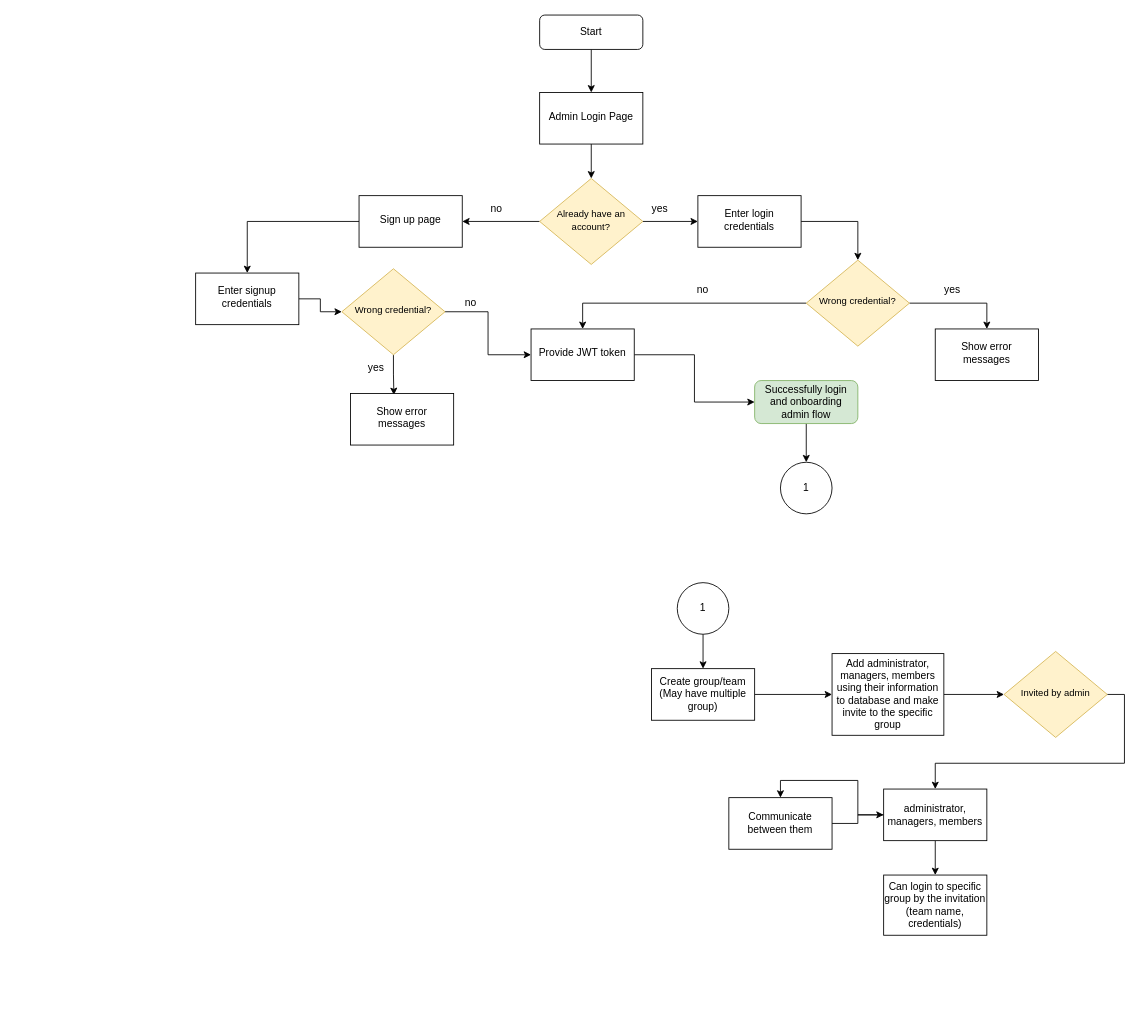
Earlier version of the draw.io diagram Untitled Diagram.drawio (Riaz9588/Bit-Softs). Source tidied: cells renumbered, new cells numbered last; positions are measured from the earlier drawing's top-left corner, leaving out a move shared by most shapes. Both pictures are drawn from the tidied source at 86%, with x=0, y=0 at pixel (195, 15).
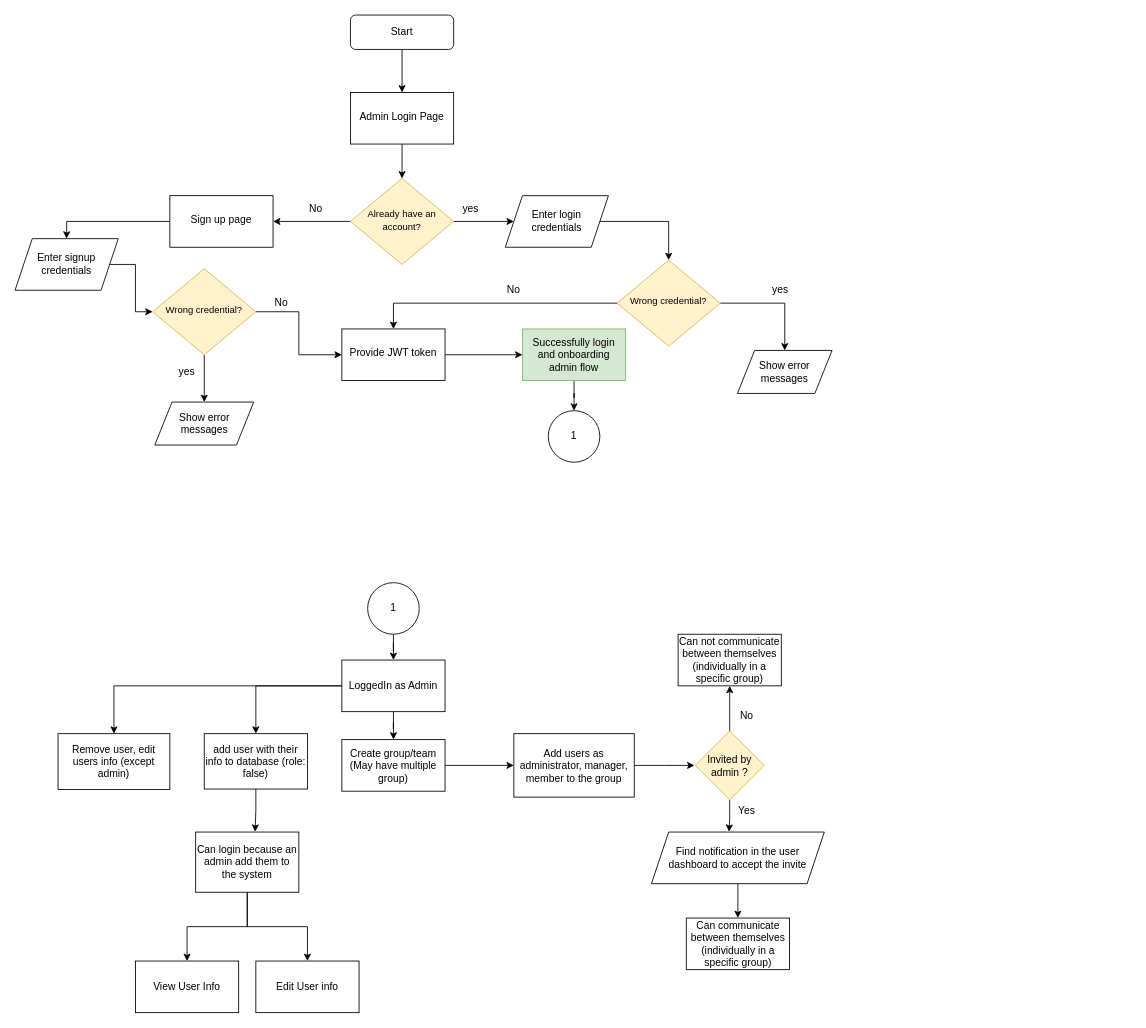
After the change.

Change to the diagram source:
```diff
@@
     <mxCell id="4" value="&lt;font style=&quot;font-size: 11px;&quot;&gt;Already have an account?&lt;/font&gt;" style="rhombus;whiteSpace=wrap;html=1;shadow=0;fontFamily=Helvetica;fontSize=12;align=center;strokeWidth=1;spacing=6;spacingTop=-4;fillColor=#fff2cc;strokeColor=#d6b656;" parent="1" vertex="1">
-      <mxGeometry x="400" y="190" width="120" height="100" as="geometry" />
+      <mxGeometry x="180" y="190" width="120" height="100" as="geometry" />
     </mxCell>
-    <mxCell id="5" style="edgeStyle=orthogonalEdgeStyle;rounded=0;jettySize=auto;html=1;" parent="1" edge="1" source="6" target="9">
+    <mxCell id="5" style="edgeStyle=orthogonalEdgeStyle;rounded=0;jettySize=auto;html=1;entryX=0.5;entryY=0;entryDx=0;entryDy=0;" parent="1" edge="1" source="6" target="9">
       <mxGeometry relative="1" as="geometry" />
     </mxCell>
     <mxCell id="6" value="Sign up page" style="whiteSpace=wrap;html=1;shadow=0;strokeWidth=1;spacing=6;spacingTop=-4;" parent="1" vertex="1">
-      <mxGeometry x="190" y="210" width="120" height="60" as="geometry" />
+      <mxGeometry x="-30" y="210" width="120" height="60" as="geometry" />
     </mxCell>
-    <mxCell id="7" value="no" style="text;strokeColor=none;align=center;fillColor=none;html=1;verticalAlign=middle;whiteSpace=wrap;rounded=0;" parent="1" vertex="1">
-      <mxGeometry x="320" y="210" width="60" height="30" as="geometry" />
+    <mxCell id="7" value="No" style="text;strokeColor=none;align=center;fillColor=none;html=1;verticalAlign=middle;whiteSpace=wrap;rounded=0;" parent="1" vertex="1">
+      <mxGeometry x="110" y="210" width="60" height="30" as="geometry" />
     </mxCell>
-    <mxCell id="8" style="edgeStyle=orthogonalEdgeStyle;rounded=0;jettySize=auto;html=1;" parent="1" edge="1" source="9" target="20">
-      <mxGeometry relative="1" as="geometry" />
-    </mxCell>
-    <mxCell id="9" value="Enter signup credentials" style="whiteSpace=wrap;html=1;shadow=0;strokeWidth=1;spacing=6;spacingTop=-4;" parent="1" vertex="1">
-      <mxGeometry y="300" width="120" height="60" as="geometry" />
-    </mxCell>
@@
     <mxCell id="11" value="Provide JWT token" style="whiteSpace=wrap;html=1;shadow=0;strokeWidth=1;spacing=6;spacingTop=-4;" parent="1" vertex="1">
-      <mxGeometry x="390" y="365" width="120" height="60" as="geometry" />
+      <mxGeometry x="170" y="365" width="120" height="60" as="geometry" />
     </mxCell>
-    <mxCell id="12" value="Show error messages" style="whiteSpace=wrap;html=1;shadow=0;strokeWidth=1;spacing=6;spacingTop=-4;" parent="1" vertex="1">
-      <mxGeometry x="860" y="365" width="120" height="60" as="geometry" />
-    </mxCell>
     <mxCell id="13" value="yes" style="text;strokeColor=none;align=center;fillColor=none;html=1;verticalAlign=middle;whiteSpace=wrap;rounded=0;" parent="1" vertex="1">
-      <mxGeometry x="180" y="395" width="60" height="30" as="geometry" />
+      <mxGeometry x="-40" y="400" width="60" height="30" as="geometry" />
     </mxCell>
-    <mxCell id="14" value="no" style="text;strokeColor=none;align=center;fillColor=none;html=1;verticalAlign=middle;whiteSpace=wrap;rounded=0;" parent="1" vertex="1">
-      <mxGeometry x="290" y="320" width="60" height="30" as="geometry" />
-    </mxCell>
-    <mxCell id="15" style="edgeStyle=orthogonalEdgeStyle;rounded=0;jettySize=auto;html=1;entryX=0.5;entryY=0;entryDx=0;entryDy=0;" parent="1" edge="1" source="16" target="27">
-      <mxGeometry relative="1" as="geometry" />
-    </mxCell>
-    <mxCell id="16" value="Successfully login and onboarding admin flow" style="rounded=1;whiteSpace=wrap;html=1;fontSize=12;glass=0;strokeWidth=1;shadow=0;fillColor=#d5e8d4;strokeColor=#82b366;" parent="1" vertex="1">
-      <mxGeometry x="650" y="425" width="120" height="50" as="geometry" />
-    </mxCell>
     <mxCell id="17" value="yes" style="text;strokeColor=none;align=center;fillColor=none;html=1;verticalAlign=middle;whiteSpace=wrap;rounded=0;" parent="1" vertex="1">
-      <mxGeometry x="850" y="305" width="60" height="30" as="geometry" />
+      <mxGeometry x="650" y="305" width="60" height="30" as="geometry" />
     </mxCell>
@@
-    <mxCell id="19" style="edgeStyle=orthogonalEdgeStyle;rounded=0;jettySize=auto;html=1;entryX=0.421;entryY=0.03;entryDx=0;entryDy=0;entryPerimeter=0;" parent="1" edge="1" source="20" target="26">
-      <mxGeometry relative="1" as="geometry" />
-    </mxCell>
+    <mxCell id="48" style="edgeStyle=orthogonalEdgeStyle;rounded=0;jettySize=auto;html=1;entryX=0.5;entryY=0;entryDx=0;entryDy=0;" parent="1" edge="1" source="20" target="65">
+      <mxGeometry relative="1" as="geometry" />
+    </mxCell>
     <mxCell id="20" value="&lt;font style=&quot;font-size: 11px;&quot;&gt;Wrong credential?&lt;/font&gt;" style="rhombus;whiteSpace=wrap;html=1;shadow=0;fontFamily=Helvetica;fontSize=12;align=center;strokeWidth=1;spacing=6;spacingTop=-4;fillColor=#fff2cc;strokeColor=#d6b656;" parent="1" vertex="1">
-      <mxGeometry x="170" y="295" width="120" height="100" as="geometry" />
+      <mxGeometry x="-50" y="295" width="120" height="100" as="geometry" />
     </mxCell>
@@
-    <mxCell id="22" style="edgeStyle=orthogonalEdgeStyle;rounded=0;jettySize=auto;html=1;entryX=0.5;entryY=0;entryDx=0;entryDy=0;" parent="1" edge="1" source="23" target="12">
+    <mxCell id="22" style="edgeStyle=orthogonalEdgeStyle;rounded=0;jettySize=auto;html=1;" parent="1" edge="1" source="23" target="66">
       <mxGeometry relative="1" as="geometry" />
     </mxCell>
     <mxCell id="23" value="&lt;font style=&quot;font-size: 11px;&quot;&gt;Wrong credential?&lt;/font&gt;" style="rhombus;whiteSpace=wrap;html=1;shadow=0;fontFamily=Helvetica;fontSize=12;align=center;strokeWidth=1;spacing=6;spacingTop=-4;fillColor=#fff2cc;strokeColor=#d6b656;" parent="1" vertex="1">
-      <mxGeometry x="710" y="285" width="120" height="100" as="geometry" />
+      <mxGeometry x="490" y="285" width="120" height="100" as="geometry" />
     </mxCell>
-    <mxCell id="24" value="no" style="text;strokeColor=none;align=center;fillColor=none;html=1;verticalAlign=middle;whiteSpace=wrap;rounded=0;" parent="1" vertex="1">
-      <mxGeometry x="560" y="305" width="60" height="30" as="geometry" />
+    <mxCell id="24" value="No" style="text;strokeColor=none;align=center;fillColor=none;html=1;verticalAlign=middle;whiteSpace=wrap;rounded=0;" parent="1" vertex="1">
+      <mxGeometry x="340" y="305" width="60" height="30" as="geometry" />
     </mxCell>
     <mxCell id="25" value="yes" style="text;strokeColor=none;align=center;fillColor=none;html=1;verticalAlign=middle;whiteSpace=wrap;rounded=0;" parent="1" vertex="1">
-      <mxGeometry x="510" y="210" width="60" height="30" as="geometry" />
+      <mxGeometry x="290" y="210" width="60" height="30" as="geometry" />
     </mxCell>
-    <mxCell id="26" value="Show error messages" style="whiteSpace=wrap;html=1;shadow=0;strokeWidth=1;spacing=6;spacingTop=-4;" parent="1" vertex="1">
-      <mxGeometry x="180" y="440" width="120" height="60" as="geometry" />
-    </mxCell>
     <mxCell id="27" value="1" style="ellipse;whiteSpace=wrap;html=1;" parent="1" vertex="1">
-      <mxGeometry x="680" y="520" width="60" height="60" as="geometry" />
+      <mxGeometry x="410" y="460" width="60" height="60" as="geometry" />
     </mxCell>
@@
     <mxCell id="29" value="Start" style="rounded=1;whiteSpace=wrap;html=1;fontSize=12;glass=0;strokeWidth=1;shadow=0;" parent="1" vertex="1">
-      <mxGeometry x="400" width="120" height="40" as="geometry" />
+      <mxGeometry x="180" width="120" height="40" as="geometry" />
     </mxCell>
-    <mxCell id="30" style="edgeStyle=orthogonalEdgeStyle;rounded=0;jettySize=auto;html=1;entryX=0.5;entryY=0;entryDx=0;entryDy=0;" parent="1" edge="1" source="31" target="23">
+    <mxCell id="30" style="edgeStyle=orthogonalEdgeStyle;rounded=0;jettySize=auto;html=1;entryX=0.5;entryY=0;entryDx=0;entryDy=0;exitX=1;exitY=0.5;exitDx=0;exitDy=0;" parent="1" edge="1" source="31" target="23">
       <mxGeometry relative="1" as="geometry" />
     </mxCell>
-    <mxCell id="31" value="Enter login credentials" style="whiteSpace=wrap;html=1;shadow=0;strokeWidth=1;spacing=6;spacingTop=-4;" parent="1" vertex="1">
-      <mxGeometry x="584" y="210" width="120" height="60" as="geometry" />
-    </mxCell>
@@
     <mxCell id="33" value="Admin Login Page" style="whiteSpace=wrap;html=1;shadow=0;strokeWidth=1;spacing=6;spacingTop=-4;" parent="1" vertex="1">
-      <mxGeometry x="400" y="90" width="120" height="60" as="geometry" />
+      <mxGeometry x="180" y="90" width="120" height="60" as="geometry" />
     </mxCell>
-    <mxCell id="34" style="edgeStyle=orthogonalEdgeStyle;rounded=0;jettySize=auto;html=1;entryX=0.5;entryY=0;entryDx=0;entryDy=0;" parent="1" edge="1" source="35" target="39">
-      <mxGeometry relative="1" as="geometry" />
-    </mxCell>
+    <mxCell id="49" style="edgeStyle=orthogonalEdgeStyle;rounded=0;jettySize=auto;html=1;" parent="1" edge="1" source="35" target="59">
+      <mxGeometry relative="1" as="geometry" />
+    </mxCell>
     <mxCell id="35" value="1" style="ellipse;whiteSpace=wrap;html=1;" parent="1" vertex="1">
-      <mxGeometry x="560" y="660" width="60" height="60" as="geometry" />
+      <mxGeometry x="200" y="660" width="60" height="60" as="geometry" />
     </mxCell>
-    <mxCell id="36" style="edgeStyle=orthogonalEdgeStyle;rounded=0;jettySize=auto;html=1;exitX=1;exitY=0.5;exitDx=0;exitDy=0;entryX=0.5;entryY=0;entryDx=0;entryDy=0;" parent="1" edge="1" source="37" target="42">
-      <mxGeometry relative="1" as="geometry" />
-    </mxCell>
-    <mxCell id="37" value="&lt;span style=&quot;font-size: 11px;&quot;&gt;Invited by admin&lt;/span&gt;" style="rhombus;whiteSpace=wrap;html=1;shadow=0;fontFamily=Helvetica;fontSize=12;align=center;strokeWidth=1;spacing=6;spacingTop=-4;fillColor=#fff2cc;strokeColor=#d6b656;" parent="1" vertex="1">
-      <mxGeometry x="940" y="740" width="120" height="100" as="geometry" />
-    </mxCell>
@@
     <mxCell id="39" value="Create group/team (May have multiple group)" style="whiteSpace=wrap;html=1;" parent="1" vertex="1">
-      <mxGeometry x="530" y="760" width="120" height="60" as="geometry" />
+      <mxGeometry x="170" y="842.5" width="120" height="60" as="geometry" />
     </mxCell>
-    <mxCell id="40" style="edgeStyle=orthogonalEdgeStyle;rounded=0;jettySize=auto;html=1;entryX=0.5;entryY=0;entryDx=0;entryDy=0;" parent="1" edge="1" source="42" target="43">
-      <mxGeometry relative="1" as="geometry" />
-    </mxCell>
-    <mxCell id="41" style="edgeStyle=orthogonalEdgeStyle;rounded=0;jettySize=auto;html=1;entryX=0.5;entryY=0;entryDx=0;entryDy=0;" parent="1" edge="1" source="42" target="45">
-      <mxGeometry relative="1" as="geometry" />
-    </mxCell>
-    <mxCell id="42" value="administrator, managers, members" style="whiteSpace=wrap;html=1;" parent="1" vertex="1">
-      <mxGeometry x="800" y="900" width="120" height="60" as="geometry" />
-    </mxCell>
+    <mxCell id="50" style="edgeStyle=orthogonalEdgeStyle;rounded=0;jettySize=auto;html=1;" parent="1" edge="1" source="43" target="54">
+      <mxGeometry relative="1" as="geometry" />
+    </mxCell>
+    <mxCell id="51" style="edgeStyle=orthogonalEdgeStyle;rounded=0;jettySize=auto;html=1;" parent="1" edge="1" source="43" target="55">
+      <mxGeometry relative="1" as="geometry" />
+    </mxCell>
-    <mxCell id="43" value="Can login to specific group by the invitation (team name, credentials)" style="whiteSpace=wrap;html=1;" parent="1" vertex="1">
-      <mxGeometry x="800" y="1000" width="120" height="70" as="geometry" />
+    <mxCell id="43" value="Can login because an admin add them to the system" style="whiteSpace=wrap;html=1;" parent="1" vertex="1">
+      <mxGeometry y="950" width="120" height="70" as="geometry" />
     </mxCell>
-    <mxCell id="44" style="edgeStyle=orthogonalEdgeStyle;rounded=0;jettySize=auto;html=1;entryX=0;entryY=0.5;entryDx=0;entryDy=0;" parent="1" edge="1" source="45" target="42">
-      <mxGeometry relative="1" as="geometry" />
-    </mxCell>
-    <mxCell id="45" value="Communicate between them" style="whiteSpace=wrap;html=1;" parent="1" vertex="1">
-      <mxGeometry x="620" y="910" width="120" height="60" as="geometry" />
+    <mxCell id="45" value="Can not communicate between themselves (individually in a specific group)" style="whiteSpace=wrap;html=1;" parent="1" vertex="1">
+      <mxGeometry x="561" y="720" width="120" height="60" as="geometry" />
     </mxCell>
-    <mxCell id="46" style="edgeStyle=orthogonalEdgeStyle;rounded=0;jettySize=auto;html=1;entryX=0;entryY=0.5;entryDx=0;entryDy=0;" parent="1" edge="1" source="47" target="37">
-      <mxGeometry relative="1" as="geometry" />
-    </mxCell>
+    <mxCell id="52" style="edgeStyle=orthogonalEdgeStyle;rounded=0;jettySize=auto;html=1;" parent="1" edge="1" source="47">
+      <mxGeometry relative="1" as="geometry">
+        <mxPoint x="580" y="872.5" as="targetPoint" />
+      </mxGeometry>
+    </mxCell>
-    <mxCell id="47" value="Add administrator, managers, members using their information to database and make invite to the specific group" style="whiteSpace=wrap;html=1;" parent="1" vertex="1">
-      <mxGeometry x="740" y="742.5" width="130" height="95" as="geometry" />
+    <mxCell id="47" value="Add users as administrator, manager, member to the group" style="whiteSpace=wrap;html=1;" parent="1" vertex="1">
+      <mxGeometry x="370" y="835.6" width="140" height="73.8" as="geometry" />
     </mxCell>
+    <mxCell id="53" value="Remove user, edit users info (except admin)" style="whiteSpace=wrap;html=1;" parent="1" vertex="1">
+      <mxGeometry x="-160" y="835.6" width="130" height="65" as="geometry" />
+    </mxCell>
+    <mxCell id="54" value="View User Info" style="whiteSpace=wrap;html=1;" parent="1" vertex="1">
+      <mxGeometry x="-70" y="1100" width="120" height="60" as="geometry" />
+    </mxCell>
+    <mxCell id="55" value="Edit User info" style="whiteSpace=wrap;html=1;" parent="1" vertex="1">
+      <mxGeometry x="70" y="1100" width="120" height="60" as="geometry" />
+    </mxCell>
+    <mxCell id="56" style="edgeStyle=orthogonalEdgeStyle;rounded=0;jettySize=auto;html=1;entryX=0.5;entryY=0;entryDx=0;entryDy=0;" parent="1" edge="1" source="59" target="39">
+      <mxGeometry relative="1" as="geometry" />
+    </mxCell>
+    <mxCell id="57" style="edgeStyle=orthogonalEdgeStyle;rounded=0;jettySize=auto;html=1;entryX=0.5;entryY=0;entryDx=0;entryDy=0;" parent="1" edge="1" source="59" target="53">
+      <mxGeometry relative="1" as="geometry" />
+    </mxCell>
+    <mxCell id="58" style="edgeStyle=orthogonalEdgeStyle;rounded=0;jettySize=auto;html=1;" parent="1" edge="1" source="59" target="61">
+      <mxGeometry relative="1" as="geometry" />
+    </mxCell>
+    <mxCell id="59" value="LoggedIn as Admin" style="whiteSpace=wrap;html=1;" parent="1" vertex="1">
+      <mxGeometry x="170" y="750" width="120" height="60" as="geometry" />
+    </mxCell>
+    <mxCell id="60" style="edgeStyle=orthogonalEdgeStyle;rounded=0;jettySize=auto;html=1;entryX=0.576;entryY=-0.005;entryDx=0;entryDy=0;entryPerimeter=0;" parent="1" edge="1" source="61" target="43">
+      <mxGeometry relative="1" as="geometry" />
+    </mxCell>
+    <mxCell id="61" value="add user with their info to database (role: false)" style="whiteSpace=wrap;html=1;" parent="1" vertex="1">
+      <mxGeometry x="10" y="835.6" width="120" height="64.4" as="geometry" />
+    </mxCell>
+    <mxCell id="62" style="edgeStyle=orthogonalEdgeStyle;rounded=0;jettySize=auto;html=1;entryX=0.5;entryY=0;entryDx=0;entryDy=0;" parent="1" edge="1" source="63" target="72">
+      <mxGeometry relative="1" as="geometry" />
+    </mxCell>
+    <mxCell id="63" value="Find notification in the user dashboard to accept the invite" style="shape=parallelogram;perimeter=parallelogramPerimeter;whiteSpace=wrap;html=1;fixedSize=1;" parent="1" vertex="1">
+      <mxGeometry x="530" y="950" width="201" height="60" as="geometry" />
+    </mxCell>
+    <mxCell id="8" style="edgeStyle=orthogonalEdgeStyle;rounded=0;jettySize=auto;html=1;entryX=0;entryY=0.5;entryDx=0;entryDy=0;" parent="1" edge="1" source="9" target="20">
+      <mxGeometry relative="1" as="geometry" />
+    </mxCell>
+    <mxCell id="9" value="Enter signup credentials" style="shape=parallelogram;perimeter=parallelogramPerimeter;whiteSpace=wrap;html=1;fixedSize=1;" parent="1" vertex="1">
+      <mxGeometry x="-210" y="260" width="120" height="60" as="geometry" />
+    </mxCell>
+    <mxCell id="64" value="No" style="text;strokeColor=none;align=center;fillColor=none;html=1;verticalAlign=middle;whiteSpace=wrap;rounded=0;" parent="1" vertex="1">
+      <mxGeometry x="70" y="320" width="60" height="30" as="geometry" />
+    </mxCell>
+    <mxCell id="15" style="edgeStyle=orthogonalEdgeStyle;rounded=0;jettySize=auto;html=1;entryX=0.5;entryY=0;entryDx=0;entryDy=0;" parent="1" edge="1" source="16" target="27">
+      <mxGeometry relative="1" as="geometry" />
+    </mxCell>
+    <mxCell id="16" value="Successfully login and onboarding admin flow" style="rounded=0;whiteSpace=wrap;html=1;fillColor=#d5e8d4;strokeColor=#82b366;" parent="1" vertex="1">
+      <mxGeometry x="380" y="365" width="120" height="60" as="geometry" />
+    </mxCell>
+    <mxCell id="65" value="&lt;span style=&quot;color: rgb(0, 0, 0); font-family: Helvetica; font-size: 12px; font-style: normal; font-variant-ligatures: normal; font-variant-caps: normal; font-weight: 400; letter-spacing: normal; orphans: 2; text-align: center; text-indent: 0px; text-transform: none; widows: 2; word-spacing: 0px; -webkit-text-stroke-width: 0px; background-color: rgb(251, 251, 251); text-decoration-thickness: initial; text-decoration-style: initial; text-decoration-color: initial; float: none; display: inline !important;&quot;&gt;Show error &lt;br&gt;messages&lt;/span&gt;" style="shape=parallelogram;perimeter=parallelogramPerimeter;whiteSpace=wrap;html=1;fixedSize=1;" parent="1" vertex="1">
+      <mxGeometry x="-47.5" y="450" width="115" height="50" as="geometry" />
+    </mxCell>
+    <mxCell id="66" value="&lt;span style=&quot;color: rgb(0, 0, 0); font-family: Helvetica; font-size: 12px; font-style: normal; font-variant-ligatures: normal; font-variant-caps: normal; font-weight: 400; letter-spacing: normal; orphans: 2; text-align: center; text-indent: 0px; text-transform: none; widows: 2; word-spacing: 0px; -webkit-text-stroke-width: 0px; background-color: rgb(251, 251, 251); text-decoration-thickness: initial; text-decoration-style: initial; text-decoration-color: initial; float: none; display: inline !important;&quot;&gt;Show error &lt;br&gt;messages&lt;/span&gt;" style="shape=parallelogram;perimeter=parallelogramPerimeter;whiteSpace=wrap;html=1;fixedSize=1;" parent="1" vertex="1">
+      <mxGeometry x="630" y="390" width="110" height="50" as="geometry" />
+    </mxCell>
+    <mxCell id="31" value="Enter login credentials" style="shape=parallelogram;perimeter=parallelogramPerimeter;whiteSpace=wrap;html=1;fixedSize=1;" parent="1" vertex="1">
+      <mxGeometry x="360" y="210" width="120" height="60" as="geometry" />
+    </mxCell>
+    <mxCell id="67" style="edgeStyle=orthogonalEdgeStyle;rounded=0;jettySize=auto;html=1;entryX=0.5;entryY=1;entryDx=0;entryDy=0;" parent="1" edge="1" source="69" target="45">
+      <mxGeometry relative="1" as="geometry" />
+    </mxCell>
+    <mxCell id="68" style="edgeStyle=orthogonalEdgeStyle;rounded=0;jettySize=auto;html=1;entryX=0.449;entryY=-0.006;entryDx=0;entryDy=0;entryPerimeter=0;" parent="1" edge="1" source="69" target="63">
+      <mxGeometry relative="1" as="geometry" />
+    </mxCell>
+    <mxCell id="69" value="Invited by admin ?" style="rhombus;whiteSpace=wrap;html=1;fillColor=#fff2cc;strokeColor=#d6b656;" parent="1" vertex="1">
+      <mxGeometry x="581" y="832.5" width="80" height="80" as="geometry" />
+    </mxCell>
+    <mxCell id="70" value="Yes" style="text;strokeColor=none;align=center;fillColor=none;html=1;verticalAlign=middle;whiteSpace=wrap;rounded=0;" parent="1" vertex="1">
+      <mxGeometry x="611" y="910" width="60" height="30" as="geometry" />
+    </mxCell>
+    <mxCell id="71" value="No" style="text;strokeColor=none;align=center;fillColor=none;html=1;verticalAlign=middle;whiteSpace=wrap;rounded=0;" parent="1" vertex="1">
+      <mxGeometry x="611" y="800" width="60" height="30" as="geometry" />
+    </mxCell>
+    <mxCell id="72" value="Can communicate between themselves (individually in a specific group)" style="whiteSpace=wrap;html=1;" parent="1" vertex="1">
+      <mxGeometry x="570.5" y="1050" width="120" height="60" as="geometry" />
+    </mxCell>
```
